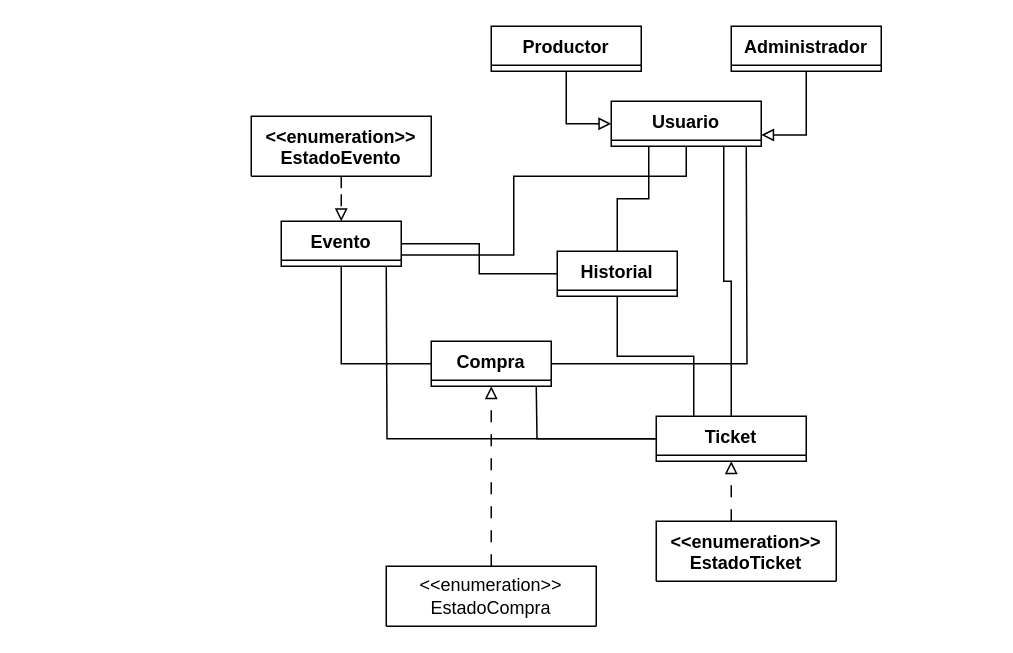
Earlier version of the draw.io diagram docs/Diagrama de clases.drawio (Fabrizioandres1998/TicketGO). Source tidied: cells renumbered, new cells numbered last; positions are measured from the earlier drawing's top-left corner, leaving out a move shared by most shapes. Both pictures are drawn from the tidied source at 150%, with x=0, y=0 at pixel (250, 26).
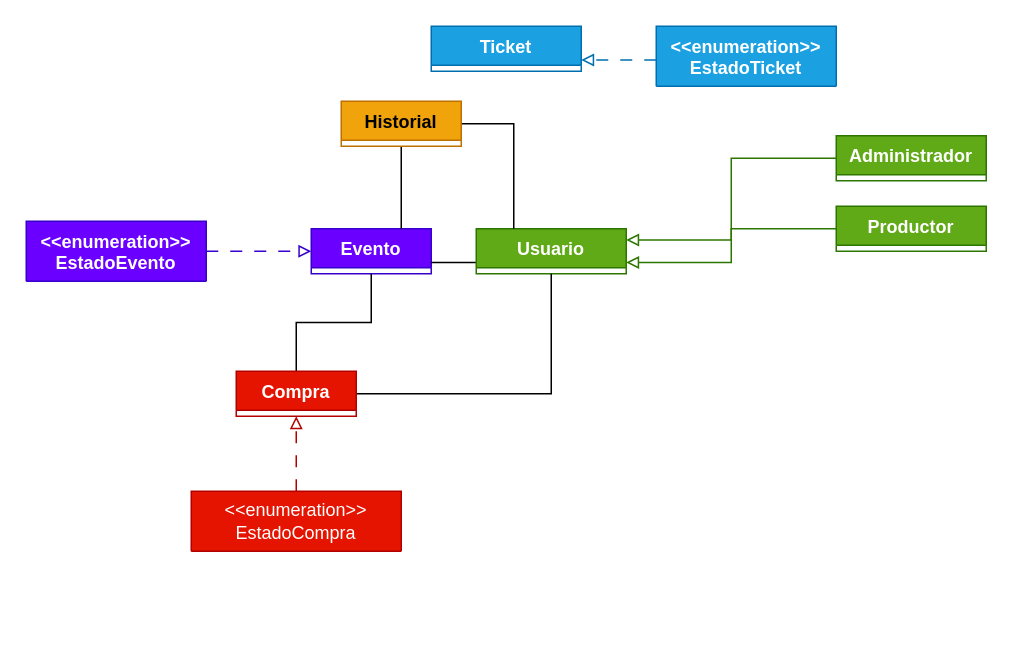
The same page after the edit.

Commit message (it also covers changes not shown here):
docs: base.datos y uml diagrama de clases cambios

What changed in the source:
```diff
@@
-    <mxCell id="2" value="Evento" style="swimlane;fontStyle=1;align=center;verticalAlign=top;horizontal=1;startSize=26;whiteSpace=wrap;html=1;" parent="1" vertex="1" collapsed="1">
-      <mxGeometry x="20" y="130" width="80" height="30" as="geometry" />
+    <mxCell id="2" value="Evento" style="swimlane;fontStyle=1;align=center;verticalAlign=top;horizontal=1;startSize=26;whiteSpace=wrap;html=1;fillColor=#6a00ff;fontColor=#ffffff;strokeColor=#3700CC;" parent="1" vertex="1" collapsed="1">
+      <mxGeometry x="40" y="135" width="80" height="30" as="geometry" />
     </mxCell>
-    <mxCell id="3" style="edgeStyle=orthogonalEdgeStyle;rounded=0;jettySize=auto;html=1;entryX=0;entryY=0.5;entryDx=0;entryDy=0;endArrow=block;endFill=0;" parent="1" edge="1" source="4" target="12">
+    <mxCell id="3" style="edgeStyle=orthogonalEdgeStyle;rounded=0;jettySize=auto;html=1;entryX=1;entryY=0.75;entryDx=0;entryDy=0;endArrow=block;endFill=0;fillColor=#60a917;strokeColor=#2D7600;" parent="1" edge="1" source="4" target="12">
       <mxGeometry relative="1" as="geometry" />
     </mxCell>
-    <mxCell id="4" value="Productor" style="swimlane;fontStyle=1;align=center;verticalAlign=top;horizontal=1;startSize=26;whiteSpace=wrap;html=1;" parent="1" vertex="1" collapsed="1">
-      <mxGeometry x="160" width="100" height="30" as="geometry" />
+    <mxCell id="4" value="Productor" style="swimlane;fontStyle=1;align=center;verticalAlign=top;horizontal=1;startSize=26;whiteSpace=wrap;html=1;fillColor=#60a917;fontColor=#ffffff;strokeColor=#2D7600;" parent="1" vertex="1" collapsed="1">
+      <mxGeometry x="390" y="120" width="100" height="30" as="geometry" />
     </mxCell>
-    <mxCell id="5" style="edgeStyle=orthogonalEdgeStyle;rounded=0;jettySize=auto;html=1;entryX=0.75;entryY=1;entryDx=0;entryDy=0;endArrow=none;endFill=0;" parent="1" edge="1" source="8" target="12">
-      <mxGeometry relative="1" as="geometry" />
-    </mxCell>
-    <mxCell id="6" style="edgeStyle=orthogonalEdgeStyle;rounded=0;jettySize=auto;html=1;startArrow=none;startFill=0;endArrow=none;endFill=0;" parent="1" edge="1" source="8">
-      <mxGeometry relative="1" as="geometry">
-        <mxPoint x="90" y="160" as="targetPoint" />
-      </mxGeometry>
-    </mxCell>
-    <mxCell id="7" style="edgeStyle=orthogonalEdgeStyle;rounded=0;jettySize=auto;html=1;endArrow=none;endFill=0;" parent="1" edge="1" source="8">
-      <mxGeometry relative="1" as="geometry">
-        <mxPoint x="190" y="240" as="targetPoint" />
-      </mxGeometry>
-    </mxCell>
-    <mxCell id="8" value="Ticket" style="swimlane;fontStyle=1;align=center;verticalAlign=top;horizontal=1;startSize=26;whiteSpace=wrap;html=1;" parent="1" vertex="1" collapsed="1">
-      <mxGeometry x="270" y="260" width="100" height="30" as="geometry" />
+    <mxCell id="8" value="Ticket" style="swimlane;fontStyle=1;align=center;verticalAlign=top;horizontal=1;startSize=26;whiteSpace=wrap;html=1;fillColor=#1ba1e2;fontColor=#ffffff;strokeColor=#006EAF;" parent="1" vertex="1" collapsed="1">
+      <mxGeometry x="120" width="100" height="30" as="geometry" />
     </mxCell>
-    <mxCell id="9" style="edgeStyle=orthogonalEdgeStyle;rounded=0;jettySize=auto;html=1;entryX=1;entryY=0.75;entryDx=0;entryDy=0;endArrow=block;endFill=0;" parent="1" edge="1" source="10" target="12">
+    <mxCell id="9" style="edgeStyle=orthogonalEdgeStyle;rounded=0;jettySize=auto;html=1;entryX=1;entryY=0.25;entryDx=0;entryDy=0;endArrow=block;endFill=0;fillColor=#60a917;strokeColor=#2D7600;" parent="1" edge="1" source="10" target="12">
       <mxGeometry relative="1" as="geometry" />
     </mxCell>
-    <mxCell id="10" value="Administrador" style="swimlane;fontStyle=1;align=center;verticalAlign=top;horizontal=1;startSize=26;whiteSpace=wrap;html=1;" parent="1" vertex="1" collapsed="1">
-      <mxGeometry x="320" width="100" height="30" as="geometry" />
+    <mxCell id="10" value="Administrador" style="swimlane;fontStyle=1;align=center;verticalAlign=top;horizontal=1;startSize=26;whiteSpace=wrap;html=1;fillColor=#60a917;fontColor=#ffffff;strokeColor=#2D7600;" parent="1" vertex="1" collapsed="1">
+      <mxGeometry x="390" y="73" width="100" height="30" as="geometry" />
     </mxCell>
-    <mxCell id="11" style="edgeStyle=orthogonalEdgeStyle;rounded=0;jettySize=auto;html=1;entryX=1;entryY=0.75;entryDx=0;entryDy=0;endArrow=none;endFill=0;" parent="1" edge="1" source="12" target="2">
+    <mxCell id="11" style="edgeStyle=orthogonalEdgeStyle;rounded=0;jettySize=auto;html=1;entryX=1;entryY=0.75;entryDx=0;entryDy=0;endArrow=none;endFill=0;exitX=0;exitY=0.75;exitDx=0;exitDy=0;" parent="1" edge="1" source="12" target="2">
       <mxGeometry relative="1" as="geometry">
         <Array as="points">
-          <mxPoint x="175" y="100" />
-          <mxPoint x="175" y="152.5" />
+          <mxPoint x="190" y="157.5" />
         </Array>
       </mxGeometry>
     </mxCell>
-    <mxCell id="12" value="Usuario" style="swimlane;fontStyle=1;align=center;verticalAlign=top;horizontal=1;startSize=26;whiteSpace=wrap;html=1;" parent="1" vertex="1" collapsed="1">
-      <mxGeometry x="240" y="50" width="100" height="30" as="geometry" />
+    <mxCell id="12" value="Usuario" style="swimlane;fontStyle=1;align=center;verticalAlign=top;horizontal=1;startSize=26;whiteSpace=wrap;html=1;fillColor=#60a917;fontColor=#ffffff;strokeColor=#2D7600;" parent="1" vertex="1" collapsed="1">
+      <mxGeometry x="150" y="135" width="100" height="30" as="geometry" />
     </mxCell>
-    <mxCell id="13" style="edgeStyle=orthogonalEdgeStyle;rounded=0;jettySize=auto;html=1;entryX=0.5;entryY=0;entryDx=0;entryDy=0;endArrow=block;endFill=0;dashed=1;dashPattern=8 8;" parent="1" edge="1" source="14" target="2">
+    <mxCell id="13" style="edgeStyle=orthogonalEdgeStyle;rounded=0;jettySize=auto;html=1;entryX=0;entryY=0.5;entryDx=0;entryDy=0;endArrow=block;endFill=0;dashed=1;dashPattern=8 8;fillColor=#6a00ff;strokeColor=#3700CC;" parent="1" edge="1" source="14" target="2">
       <mxGeometry relative="1" as="geometry" />
     </mxCell>
-    <mxCell id="14" value="&lt;div&gt;&amp;lt;&amp;lt;enumeration&amp;gt;&amp;gt;&lt;/div&gt;EstadoEvento" style="swimlane;fontStyle=1;align=center;verticalAlign=top;horizontal=1;startSize=40;whiteSpace=wrap;html=1;" parent="1" vertex="1" collapsed="1">
-      <mxGeometry y="60" width="120" height="40" as="geometry" />
+    <mxCell id="14" value="&lt;div&gt;&amp;lt;&amp;lt;enumeration&amp;gt;&amp;gt;&lt;/div&gt;EstadoEvento" style="swimlane;fontStyle=1;align=center;verticalAlign=top;horizontal=1;startSize=40;whiteSpace=wrap;html=1;fillColor=#6a00ff;fontColor=#ffffff;strokeColor=#3700CC;" parent="1" vertex="1" collapsed="1">
+      <mxGeometry x="-150" y="130" width="120" height="40" as="geometry" />
     </mxCell>
-    <mxCell id="15" style="edgeStyle=orthogonalEdgeStyle;rounded=0;jettySize=auto;html=1;dashed=1;dashPattern=8 8;endArrow=block;endFill=0;entryX=0.5;entryY=1;entryDx=0;entryDy=0;" parent="1" edge="1" source="16" target="8">
+    <mxCell id="15" style="edgeStyle=orthogonalEdgeStyle;rounded=0;jettySize=auto;html=1;dashed=1;dashPattern=8 8;endArrow=block;endFill=0;entryX=1;entryY=0.75;entryDx=0;entryDy=0;fillColor=#1ba1e2;strokeColor=#006EAF;" parent="1" edge="1" source="16" target="8">
       <mxGeometry relative="1" as="geometry">
         <Array as="points">
-          <mxPoint x="330" y="330" />
-          <mxPoint x="330" y="330" />
+          <mxPoint x="300" y="22.5" />
+          <mxPoint x="300" y="22.5" />
         </Array>
       </mxGeometry>
     </mxCell>
-    <mxCell id="16" value="&lt;div&gt;&amp;lt;&amp;lt;enumeration&amp;gt;&amp;gt;&lt;/div&gt;EstadoTicket" style="swimlane;fontStyle=1;align=center;verticalAlign=top;horizontal=1;startSize=40;whiteSpace=wrap;html=1;" parent="1" vertex="1" collapsed="1">
-      <mxGeometry x="270" y="330" width="120" height="40" as="geometry" />
+    <mxCell id="16" value="&lt;div&gt;&amp;lt;&amp;lt;enumeration&amp;gt;&amp;gt;&lt;/div&gt;EstadoTicket" style="swimlane;fontStyle=1;align=center;verticalAlign=top;horizontal=1;startSize=40;whiteSpace=wrap;html=1;fillColor=#1ba1e2;fontColor=#ffffff;strokeColor=#006EAF;" parent="1" vertex="1" collapsed="1">
+      <mxGeometry x="270" width="120" height="40" as="geometry" />
     </mxCell>
-    <mxCell id="17" style="edgeStyle=orthogonalEdgeStyle;rounded=0;jettySize=auto;html=1;endArrow=none;endFill=0;" parent="1" edge="1" source="19">
-      <mxGeometry relative="1" as="geometry">
-        <mxPoint x="330" y="80" as="targetPoint" />
-      </mxGeometry>
+    <mxCell id="17" style="edgeStyle=orthogonalEdgeStyle;rounded=0;jettySize=auto;html=1;endArrow=none;endFill=0;entryX=0.5;entryY=1;entryDx=0;entryDy=0;" parent="1" edge="1" source="19" target="12">
+      <mxGeometry relative="1" as="geometry" />
     </mxCell>
@@
-    <mxCell id="19" value="Compra" style="swimlane;fontStyle=1;align=center;verticalAlign=top;horizontal=1;startSize=26;whiteSpace=wrap;html=1;" parent="1" vertex="1" collapsed="1">
-      <mxGeometry x="120" y="210" width="80" height="30" as="geometry" />
+    <mxCell id="19" value="Compra" style="swimlane;fontStyle=1;align=center;verticalAlign=top;horizontal=1;startSize=26;whiteSpace=wrap;html=1;fillColor=#e51400;fontColor=#ffffff;strokeColor=#B20000;" parent="1" vertex="1" collapsed="1">
+      <mxGeometry x="-10" y="230" width="80" height="30" as="geometry" />
     </mxCell>
-    <mxCell id="20" style="edgeStyle=orthogonalEdgeStyle;rounded=0;jettySize=auto;html=1;endArrow=block;endFill=0;dashed=1;dashPattern=8 8;" parent="1" edge="1" source="21" target="19">
+    <mxCell id="20" style="edgeStyle=orthogonalEdgeStyle;rounded=0;jettySize=auto;html=1;endArrow=block;endFill=0;dashed=1;dashPattern=8 8;fillColor=#e51400;strokeColor=#B20000;" parent="1" edge="1" source="21" target="19">
       <mxGeometry relative="1" as="geometry" />
     </mxCell>
-    <mxCell id="21" value="&amp;lt;&amp;lt;enumeration&amp;gt;&amp;gt;&lt;div&gt;EstadoCompra&lt;/div&gt;" style="swimlane;fontStyle=0;horizontal=1;startSize=40;whiteSpace=wrap;html=1;" parent="1" vertex="1" collapsed="1">
-      <mxGeometry x="90" y="360" width="140" height="40" as="geometry" />
+    <mxCell id="21" value="&amp;lt;&amp;lt;enumeration&amp;gt;&amp;gt;&lt;div&gt;EstadoCompra&lt;/div&gt;" style="swimlane;fontStyle=0;horizontal=1;startSize=40;whiteSpace=wrap;html=1;fillColor=#e51400;fontColor=#ffffff;strokeColor=#B20000;" parent="1" vertex="1" collapsed="1">
+      <mxGeometry x="-40" y="310" width="140" height="40" as="geometry" />
     </mxCell>
-    <mxCell id="22" style="edgeStyle=orthogonalEdgeStyle;rounded=0;jettySize=auto;html=1;entryX=0.25;entryY=1;entryDx=0;entryDy=0;endArrow=none;endFill=0;" parent="1" edge="1" source="25" target="12">
+    <mxCell id="22" style="edgeStyle=orthogonalEdgeStyle;rounded=0;jettySize=auto;html=1;entryX=0.25;entryY=0;entryDx=0;entryDy=0;endArrow=none;endFill=0;" parent="1" edge="1" source="25" target="12">
       <mxGeometry relative="1" as="geometry" />
     </mxCell>
-    <mxCell id="23" style="edgeStyle=orthogonalEdgeStyle;rounded=0;jettySize=auto;html=1;entryX=0.25;entryY=0;entryDx=0;entryDy=0;endArrow=none;endFill=0;" parent="1" edge="1" source="25" target="8">
-      <mxGeometry relative="1" as="geometry" />
-    </mxCell>
-    <mxCell id="24" style="edgeStyle=orthogonalEdgeStyle;rounded=0;jettySize=auto;html=1;entryX=1;entryY=0.5;entryDx=0;entryDy=0;endArrow=none;endFill=0;" parent="1" edge="1" source="25" target="2">
+    <mxCell id="24" style="edgeStyle=orthogonalEdgeStyle;rounded=0;jettySize=auto;html=1;entryX=0.75;entryY=0;entryDx=0;entryDy=0;endArrow=none;endFill=0;" parent="1" edge="1" source="25" target="2">
       <mxGeometry relative="1" as="geometry" />
     </mxCell>
-    <mxCell id="25" value="Historial" style="swimlane;fontStyle=1;align=center;verticalAlign=top;horizontal=1;startSize=26;whiteSpace=wrap;html=1;" parent="1" vertex="1" collapsed="1">
-      <mxGeometry x="204" y="150" width="80" height="30" as="geometry" />
+    <mxCell id="25" value="Historial" style="swimlane;fontStyle=1;align=center;verticalAlign=top;horizontal=1;startSize=26;whiteSpace=wrap;html=1;fillColor=#f0a30a;fontColor=#000000;strokeColor=#BD7000;" parent="1" vertex="1" collapsed="1">
+      <mxGeometry x="60" y="50" width="80" height="30" as="geometry" />
     </mxCell>
```
